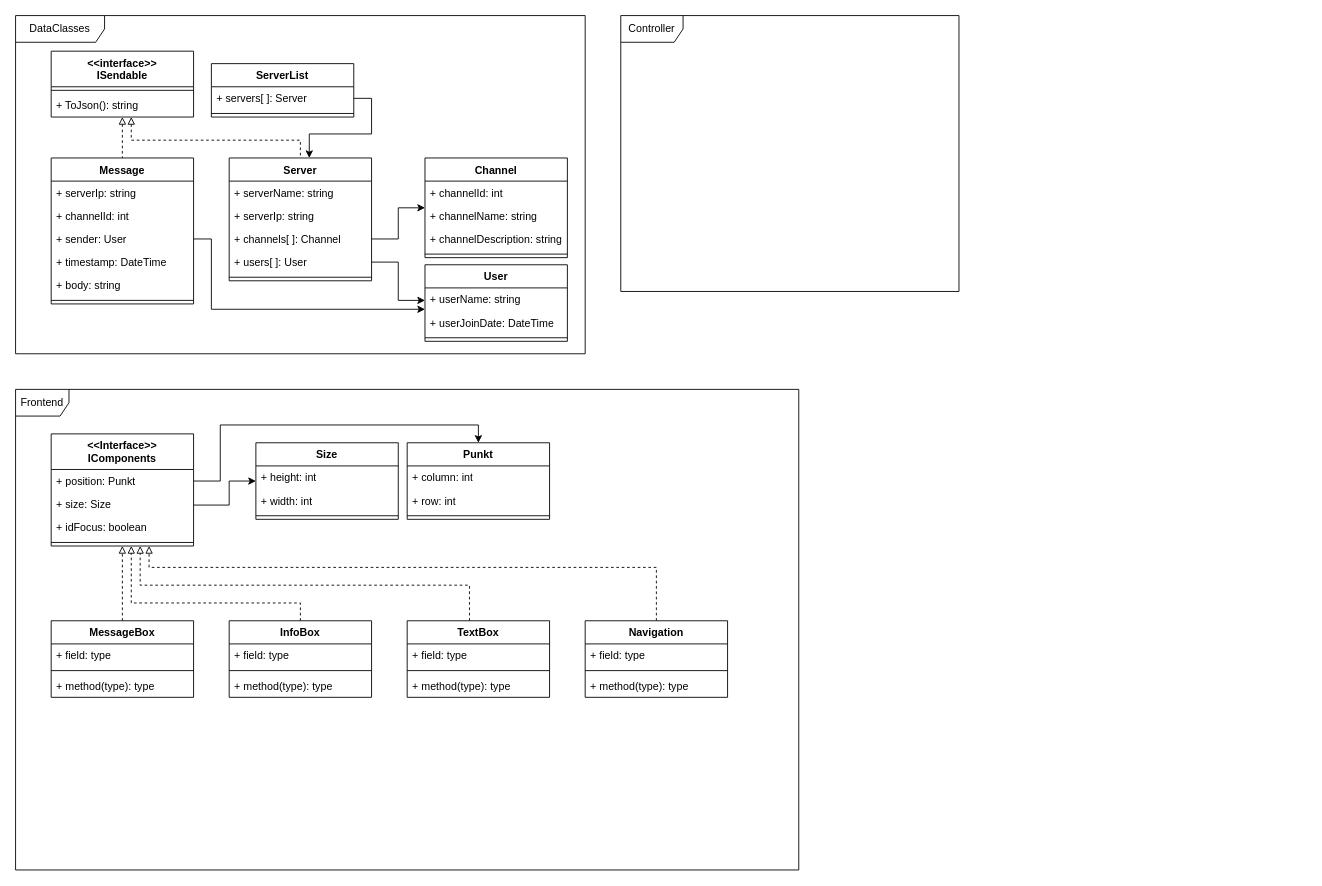
This is Dokumente/Planen/Classdiagramm/ClassDiagramV2.drawio from gbssg/ims.project.terminalchat, a draw.io file, before an edit. Source tidied: cells renumbered, new cells numbered last; positions are measured from the earlier drawing's top-left corner, leaving out a move shared by most shapes. Both pictures are drawn from the tidied source at 89%, with x=0, y=0 at pixel (15, 15).
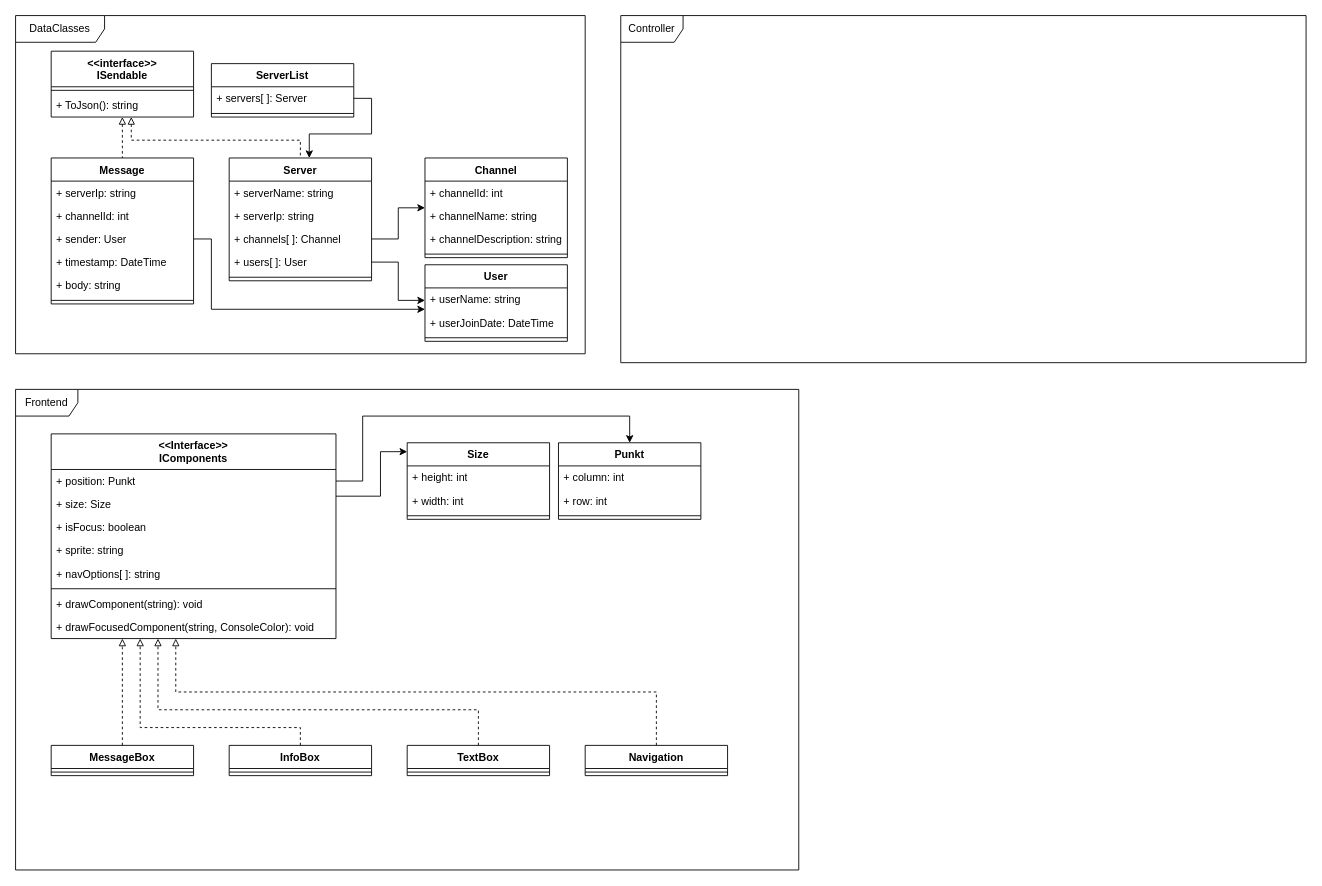
The same diagram, later.

What changed in the source:
```diff
@@
-    <mxCell id="3" value="Frontend" style="shape=umlFrame;whiteSpace=wrap;html=1;labelBackgroundColor=none;rounded=0;" parent="1" vertex="1">
+    <mxCell id="3" value="Frontend" style="shape=umlFrame;whiteSpace=wrap;html=1;labelBackgroundColor=none;rounded=0;width=70;height=30;" parent="1" vertex="1">
       <mxGeometry y="420" width="880" height="540" as="geometry" />
     </mxCell>
     <mxCell id="4" value="Controller" style="shape=umlFrame;whiteSpace=wrap;html=1;width=70;height=30;labelBackgroundColor=none;rounded=0;" parent="1" vertex="1">
-      <mxGeometry x="680" width="380" height="310" as="geometry" />
+      <mxGeometry x="680" width="770" height="390" as="geometry" />
     </mxCell>
@@
     <mxCell id="39" value="&lt;div&gt;&amp;lt;&amp;lt;Interface&amp;gt;&amp;gt;&lt;/div&gt;IComponents" style="swimlane;fontStyle=1;align=center;verticalAlign=top;horizontal=1;startSize=40;whiteSpace=wrap;html=1;rounded=0;" parent="1" vertex="1">
-      <mxGeometry x="40" y="470" width="160" height="126" as="geometry" />
+      <mxGeometry x="40" y="470" width="320" height="230" as="geometry" />
     </mxCell>
     <mxCell id="40" value="+ position: Punkt" style="text;strokeColor=none;fillColor=none;align=left;verticalAlign=top;spacingLeft=4;spacingRight=4;overflow=hidden;points=[[0,0.5],[1,0.5]];portConstraint=eastwest;whiteSpace=wrap;html=1;rounded=0;" parent="39" vertex="1">
-      <mxGeometry y="40" width="160" height="26" as="geometry" />
+      <mxGeometry y="40" width="320" height="26" as="geometry" />
     </mxCell>
     <mxCell id="41" value="+ size: Size" style="text;strokeColor=none;fillColor=none;align=left;verticalAlign=top;spacingLeft=4;spacingRight=4;overflow=hidden;points=[[0,0.5],[1,0.5]];portConstraint=eastwest;whiteSpace=wrap;html=1;" parent="39" vertex="1">
-      <mxGeometry y="66" width="160" height="26" as="geometry" />
+      <mxGeometry y="66" width="320" height="26" as="geometry" />
     </mxCell>
-    <mxCell id="42" value="+ idFocus: boolean" style="text;strokeColor=none;fillColor=none;align=left;verticalAlign=top;spacingLeft=4;spacingRight=4;overflow=hidden;whiteSpace=wrap;html=1;rounded=0;" parent="39" vertex="1">
-      <mxGeometry y="92" width="160" height="26" as="geometry" />
+    <mxCell id="42" value="+ isFocus: boolean" style="text;strokeColor=none;fillColor=none;align=left;verticalAlign=top;spacingLeft=4;spacingRight=4;overflow=hidden;whiteSpace=wrap;html=1;rounded=0;" parent="39" vertex="1">
+      <mxGeometry y="92" width="320" height="26" as="geometry" />
     </mxCell>
+    <mxCell id="74" value="+ sprite: string" style="text;strokeColor=none;fillColor=none;align=left;verticalAlign=top;spacingLeft=4;spacingRight=4;overflow=hidden;whiteSpace=wrap;html=1;" parent="39" vertex="1">
+      <mxGeometry y="118" width="320" height="26" as="geometry" />
+    </mxCell>
+    <mxCell id="75" value="+ navOptions[ ]: string&amp;nbsp;" style="text;strokeColor=none;fillColor=none;align=left;verticalAlign=top;spacingLeft=4;spacingRight=4;overflow=hidden;whiteSpace=wrap;html=1;" parent="39" vertex="1">
+      <mxGeometry y="144" width="320" height="26" as="geometry" />
+    </mxCell>
     <mxCell id="43" style="line;strokeWidth=1;fillColor=none;align=left;verticalAlign=middle;spacingTop=-1;spacingLeft=3;spacingRight=3;labelPosition=right;strokeColor=inherit;rounded=0;" parent="39" vertex="1">
-      <mxGeometry y="118" width="160" height="8" as="geometry" />
+      <mxGeometry y="170" width="320" height="8" as="geometry" />
     </mxCell>
+    <mxCell id="76" value="+ drawComponent(string): void" style="text;strokeColor=none;fillColor=none;align=left;verticalAlign=top;spacingLeft=4;spacingRight=4;overflow=hidden;whiteSpace=wrap;html=1;" parent="39" vertex="1">
+      <mxGeometry y="178" width="320" height="26" as="geometry" />
+    </mxCell>
+    <mxCell id="77" value="+ drawFocusedComponent(string, ConsoleColor): void" style="text;strokeColor=none;fillColor=none;align=left;verticalAlign=top;spacingLeft=4;spacingRight=4;overflow=hidden;whiteSpace=wrap;html=1;" parent="39" vertex="1">
+      <mxGeometry y="204" width="320" height="26" as="geometry" />
+    </mxCell>
     <mxCell id="44" value="Punkt" style="swimlane;fontStyle=1;align=center;verticalAlign=top;horizontal=1;startSize=26;whiteSpace=wrap;html=1;rounded=0;" parent="1" vertex="1">
-      <mxGeometry x="440" y="480" width="160" height="86" as="geometry" />
+      <mxGeometry x="610" y="480" width="160" height="86" as="geometry" />
     </mxCell>
@@
     <mxCell id="48" style="edgeStyle=orthogonalEdgeStyle;jettySize=auto;html=1;rounded=0;curved=0;" parent="1" edge="1" source="40" target="44">
       <mxGeometry relative="1" as="geometry">
         <Array as="points">
-          <mxPoint x="230" y="523" />
-          <mxPoint x="230" y="460" />
-          <mxPoint x="520" y="460" />
+          <mxPoint x="390" y="523" />
+          <mxPoint x="390" y="450" />
+          <mxPoint x="690" y="450" />
         </Array>
       </mxGeometry>
     </mxCell>
     <mxCell id="49" value="Size" style="swimlane;fontStyle=1;align=center;verticalAlign=top;horizontal=1;startSize=26;whiteSpace=wrap;html=1;" parent="1" vertex="1">
-      <mxGeometry x="270" y="480" width="160" height="86" as="geometry" />
+      <mxGeometry x="440" y="480" width="160" height="86" as="geometry" />
     </mxCell>
@@
     <mxCell id="53" style="edgeStyle=orthogonalEdgeStyle;jettySize=auto;html=1;rounded=0;curved=0;" parent="1" edge="1" source="41" target="49">
       <mxGeometry relative="1" as="geometry">
         <Array as="points">
-          <mxPoint x="240" y="550" />
-          <mxPoint x="240" y="523" />
+          <mxPoint x="410" y="540" />
+          <mxPoint x="410" y="490" />
         </Array>
       </mxGeometry>
     </mxCell>
     <mxCell id="54" style="edgeStyle=orthogonalEdgeStyle;jettySize=auto;html=1;rounded=0;strokeColor=default;align=center;verticalAlign=middle;fontFamily=Helvetica;fontSize=11;fontColor=default;labelBackgroundColor=default;endArrow=block;curved=0;dashed=1;endFill=0;" parent="1" edge="1" source="55" target="39">
-      <mxGeometry relative="1" as="geometry" />
+      <mxGeometry relative="1" as="geometry">
+        <Array as="points">
+          <mxPoint x="120" y="710" />
+          <mxPoint x="120" y="710" />
+        </Array>
+      </mxGeometry>
     </mxCell>
     <mxCell id="55" value="MessageBox" style="swimlane;fontStyle=1;align=center;verticalAlign=top;horizontal=1;startSize=26;whiteSpace=wrap;html=1;" parent="1" vertex="1">
-      <mxGeometry x="40" y="680" width="160" height="86" as="geometry" />
+      <mxGeometry x="40" y="820" width="160" height="34" as="geometry" />
     </mxCell>
-    <mxCell id="56" value="+ field: type" style="text;strokeColor=none;fillColor=none;align=left;verticalAlign=top;spacingLeft=4;spacingRight=4;overflow=hidden;whiteSpace=wrap;html=1;" parent="55" vertex="1">
-      <mxGeometry y="26" width="160" height="26" as="geometry" />
-    </mxCell>
     <mxCell id="57" style="line;strokeWidth=1;fillColor=none;align=left;verticalAlign=middle;spacingTop=-1;spacingLeft=3;spacingRight=3;labelPosition=right;strokeColor=inherit;" parent="55" vertex="1">
-      <mxGeometry y="52" width="160" height="8" as="geometry" />
+      <mxGeometry y="26" width="160" height="8" as="geometry" />
     </mxCell>
-    <mxCell id="58" value="+ method(type): type" style="text;strokeColor=none;fillColor=none;align=left;verticalAlign=top;spacingLeft=4;spacingRight=4;overflow=hidden;whiteSpace=wrap;html=1;" parent="55" vertex="1">
-      <mxGeometry y="60" width="160" height="26" as="geometry" />
-    </mxCell>
     <mxCell id="59" style="edgeStyle=orthogonalEdgeStyle;jettySize=auto;html=1;rounded=0;strokeColor=default;align=center;verticalAlign=middle;fontFamily=Helvetica;fontSize=11;fontColor=default;labelBackgroundColor=default;endArrow=block;curved=0;dashed=1;endFill=0;" parent="1" edge="1" source="60" target="39">
       <mxGeometry relative="1" as="geometry">
         <Array as="points">
-          <mxPoint x="320" y="660" />
-          <mxPoint x="130" y="660" />
+          <mxPoint x="320" y="800" />
+          <mxPoint x="140" y="800" />
         </Array>
       </mxGeometry>
     </mxCell>
     <mxCell id="60" value="InfoBox" style="swimlane;fontStyle=1;align=center;verticalAlign=top;horizontal=1;startSize=26;whiteSpace=wrap;html=1;" parent="1" vertex="1">
-      <mxGeometry x="240" y="680" width="160" height="86" as="geometry" />
+      <mxGeometry x="240" y="820" width="160" height="34" as="geometry" />
     </mxCell>
-    <mxCell id="61" value="+ field: type" style="text;strokeColor=none;fillColor=none;align=left;verticalAlign=top;spacingLeft=4;spacingRight=4;overflow=hidden;whiteSpace=wrap;html=1;" parent="60" vertex="1">
-      <mxGeometry y="26" width="160" height="26" as="geometry" />
-    </mxCell>
     <mxCell id="62" style="line;strokeWidth=1;fillColor=none;align=left;verticalAlign=middle;spacingTop=-1;spacingLeft=3;spacingRight=3;labelPosition=right;strokeColor=inherit;" parent="60" vertex="1">
-      <mxGeometry y="52" width="160" height="8" as="geometry" />
+      <mxGeometry y="26" width="160" height="8" as="geometry" />
     </mxCell>
-    <mxCell id="63" value="+ method(type): type" style="text;strokeColor=none;fillColor=none;align=left;verticalAlign=top;spacingLeft=4;spacingRight=4;overflow=hidden;whiteSpace=wrap;html=1;" parent="60" vertex="1">
-      <mxGeometry y="60" width="160" height="26" as="geometry" />
-    </mxCell>
-    <mxCell id="64" style="edgeStyle=orthogonalEdgeStyle;jettySize=auto;html=1;rounded=0;strokeColor=default;align=center;verticalAlign=middle;fontFamily=Helvetica;fontSize=11;fontColor=default;labelBackgroundColor=default;endArrow=block;curved=0;dashed=1;endFill=0;" parent="1" edge="1" target="39">
+    <mxCell id="64" style="edgeStyle=orthogonalEdgeStyle;jettySize=auto;html=1;rounded=0;strokeColor=default;align=center;verticalAlign=middle;fontFamily=Helvetica;fontSize=11;fontColor=default;labelBackgroundColor=default;endArrow=block;curved=0;dashed=1;endFill=0;" parent="1" edge="1" source="65" target="39">
       <mxGeometry relative="1" as="geometry">
-        <mxPoint x="510" y="680" as="sourcePoint" />
         <Array as="points">
-          <mxPoint x="510" y="640" />
-          <mxPoint x="140" y="640" />
+          <mxPoint x="520" y="780" />
+          <mxPoint x="160" y="780" />
         </Array>
       </mxGeometry>
     </mxCell>
     <mxCell id="65" value="TextBox" style="swimlane;fontStyle=1;align=center;verticalAlign=top;horizontal=1;startSize=26;whiteSpace=wrap;html=1;" parent="1" vertex="1">
-      <mxGeometry x="440" y="680" width="160" height="86" as="geometry" />
+      <mxGeometry x="440" y="820" width="160" height="34" as="geometry" />
     </mxCell>
-    <mxCell id="66" value="+ field: type" style="text;strokeColor=none;fillColor=none;align=left;verticalAlign=top;spacingLeft=4;spacingRight=4;overflow=hidden;whiteSpace=wrap;html=1;" parent="65" vertex="1">
-      <mxGeometry y="26" width="160" height="26" as="geometry" />
-    </mxCell>
     <mxCell id="67" style="line;strokeWidth=1;fillColor=none;align=left;verticalAlign=middle;spacingTop=-1;spacingLeft=3;spacingRight=3;labelPosition=right;strokeColor=inherit;" parent="65" vertex="1">
-      <mxGeometry y="52" width="160" height="8" as="geometry" />
+      <mxGeometry y="26" width="160" height="8" as="geometry" />
     </mxCell>
-    <mxCell id="68" value="+ method(type): type" style="text;strokeColor=none;fillColor=none;align=left;verticalAlign=top;spacingLeft=4;spacingRight=4;overflow=hidden;whiteSpace=wrap;html=1;" parent="65" vertex="1">
-      <mxGeometry y="60" width="160" height="26" as="geometry" />
-    </mxCell>
     <mxCell id="69" style="edgeStyle=orthogonalEdgeStyle;jettySize=auto;html=1;rounded=0;curved=0;endArrow=block;endFill=0;dashed=1;" parent="1" edge="1" source="70" target="39">
       <mxGeometry relative="1" as="geometry">
         <Array as="points">
-          <mxPoint x="720" y="620" />
-          <mxPoint x="150" y="620" />
+          <mxPoint x="720" y="760" />
+          <mxPoint x="180" y="760" />
         </Array>
       </mxGeometry>
     </mxCell>
     <mxCell id="70" value="Navigation" style="swimlane;fontStyle=1;align=center;verticalAlign=top;horizontal=1;startSize=26;whiteSpace=wrap;html=1;" parent="1" vertex="1">
-      <mxGeometry x="640" y="680" width="160" height="86" as="geometry" />
+      <mxGeometry x="640" y="820" width="160" height="34" as="geometry" />
     </mxCell>
-    <mxCell id="71" value="+ field: type" style="text;strokeColor=none;fillColor=none;align=left;verticalAlign=top;spacingLeft=4;spacingRight=4;overflow=hidden;whiteSpace=wrap;html=1;" parent="70" vertex="1">
-      <mxGeometry y="26" width="160" height="26" as="geometry" />
-    </mxCell>
     <mxCell id="72" style="line;strokeWidth=1;fillColor=none;align=left;verticalAlign=middle;spacingTop=-1;spacingLeft=3;spacingRight=3;labelPosition=right;strokeColor=inherit;" parent="70" vertex="1">
-      <mxGeometry y="52" width="160" height="8" as="geometry" />
+      <mxGeometry y="26" width="160" height="8" as="geometry" />
     </mxCell>
-    <mxCell id="73" value="+ method(type): type" style="text;strokeColor=none;fillColor=none;align=left;verticalAlign=top;spacingLeft=4;spacingRight=4;overflow=hidden;whiteSpace=wrap;html=1;" parent="70" vertex="1">
-      <mxGeometry y="60" width="160" height="26" as="geometry" />
-    </mxCell>
```
